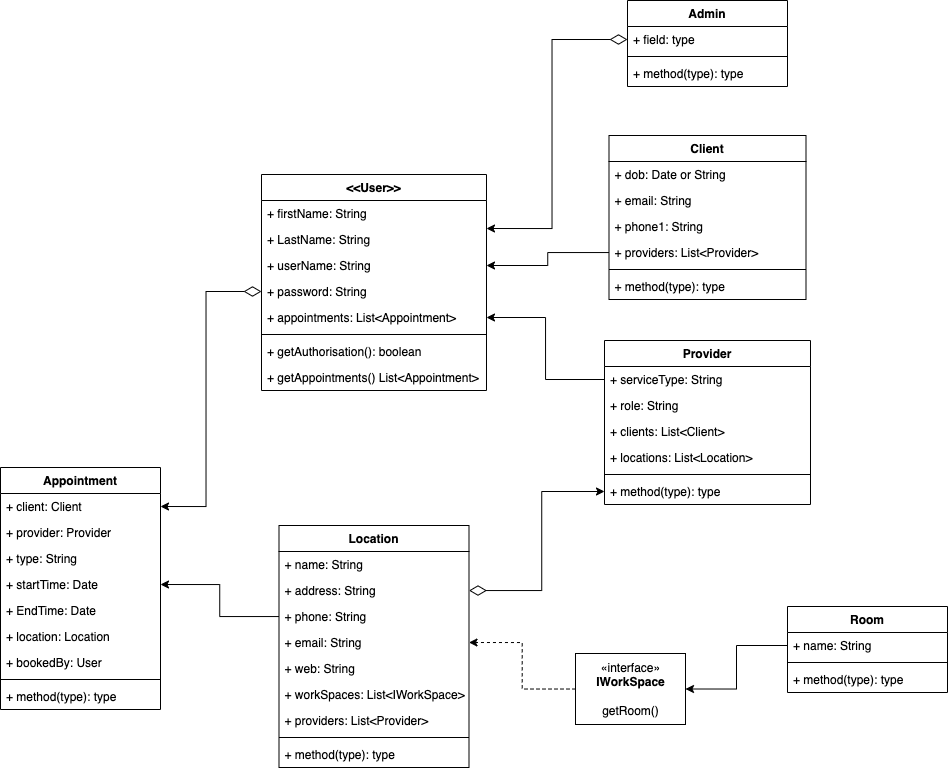
ccx1010sky/providers_clients keeps this draw.io diagram as planning/2_diagrams/Appointment Management - Class Diagram.png. Above is the earlier version. Source tidied: cells renumbered, new cells last; positions are measured from the earlier drawing's top-left corner, leaving out a move shared by most shapes.
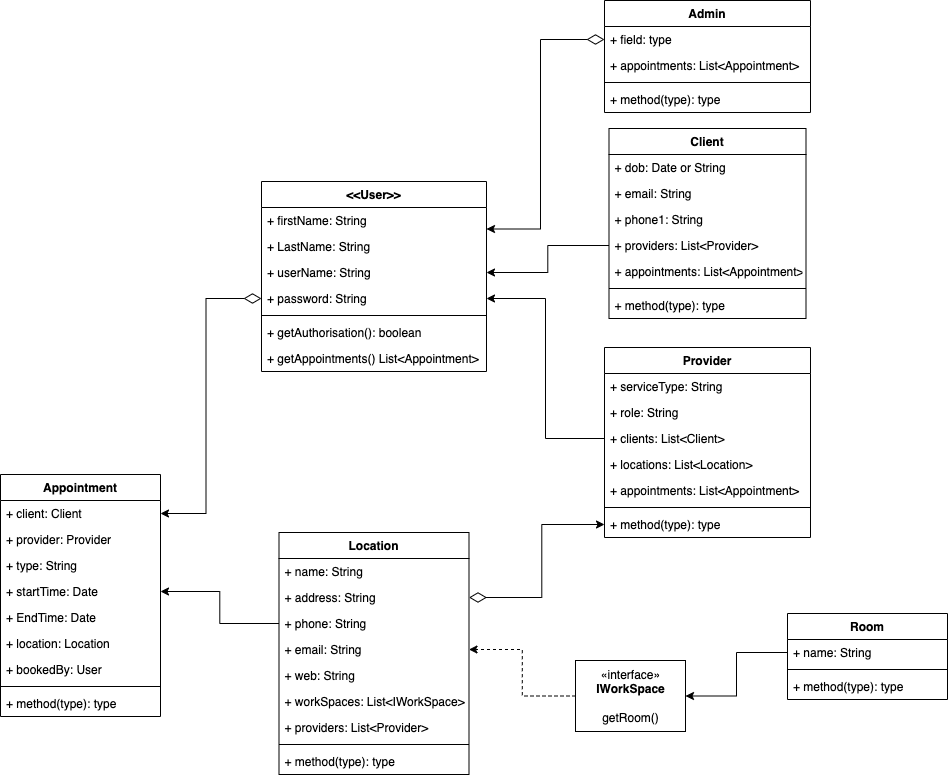
After the commit.

What changed in the source:
```diff
@@ -3,7 +3,7 @@
     <mxCell id="0" />
     <mxCell id="1" parent="0" />
     <mxCell id="2" value="Client" style="swimlane;fontStyle=1;align=center;verticalAlign=top;horizontal=1;startSize=26;" parent="1" vertex="1">
-      <mxGeometry x="608.5" y="135" width="197" height="164" as="geometry" />
+      <mxGeometry x="608.5" y="121" width="197" height="190" as="geometry" />
     </mxCell>
     <mxCell id="3" value="+ dob: Date or String" style="text;strokeColor=none;fillColor=none;align=left;verticalAlign=top;spacingLeft=4;spacingRight=4;overflow=hidden;" parent="2" vertex="1">
       <mxGeometry y="26" width="197" height="26" as="geometry" />
@@ -17,11 +17,14 @@
     <mxCell id="6" value="+ providers: List&lt;Provider&gt;" style="text;strokeColor=none;fillColor=none;align=left;verticalAlign=top;spacingLeft=4;spacingRight=4;overflow=hidden;points=[[0,0.5],[1,0.5]];portConstraint=eastwest;" parent="2" vertex="1">
       <mxGeometry y="104" width="197" height="26" as="geometry" />
     </mxCell>
+    <mxCell id="47" value="+ appointments: List&lt;Appointment&gt;" style="text;strokeColor=none;fillColor=none;align=left;verticalAlign=top;spacingLeft=4;spacingRight=4;overflow=hidden;points=[[0,0.5],[1,0.5]];portConstraint=eastwest;" parent="2" vertex="1">
+      <mxGeometry y="130" width="197" height="26" as="geometry" />
+    </mxCell>
     <mxCell id="7" style="line;strokeWidth=1;fillColor=none;align=left;verticalAlign=middle;spacingTop=-1;spacingLeft=3;spacingRight=3;labelPosition=right;" parent="2" vertex="1">
-      <mxGeometry y="130" width="197" height="8" as="geometry" />
+      <mxGeometry y="156" width="197" height="8" as="geometry" />
     </mxCell>
     <mxCell id="8" value="+ method(type): type" style="text;strokeColor=none;fillColor=none;align=left;verticalAlign=top;spacingLeft=4;spacingRight=4;overflow=hidden;" parent="2" vertex="1">
-      <mxGeometry y="138" width="197" height="26" as="geometry" />
+      <mxGeometry y="164" width="197" height="26" as="geometry" />
     </mxCell>
     <mxCell id="9" value="Appointment" style="swimlane;fontStyle=1;align=center;verticalAlign=top;horizontal=1;startSize=26;" parent="1" vertex="1">
       <mxGeometry y="467" width="160" height="242" as="geometry" />
@@ -54,7 +57,7 @@
       <mxGeometry y="216" width="160" height="26" as="geometry" />
     </mxCell>
     <mxCell id="19" value="Provider" style="swimlane;fontStyle=1;align=center;verticalAlign=top;horizontal=1;startSize=26;" parent="1" vertex="1">
-      <mxGeometry x="604" y="340" width="206" height="164" as="geometry" />
+      <mxGeometry x="604" y="340" width="206" height="190" as="geometry" />
     </mxCell>
     <mxCell id="20" value="+ serviceType: String" style="text;strokeColor=none;fillColor=none;align=left;verticalAlign=top;spacingLeft=4;spacingRight=4;overflow=hidden;points=[[0,0.5],[1,0.5]];portConstraint=eastwest;" parent="19" vertex="1">
       <mxGeometry y="26" width="206" height="26" as="geometry" />
@@ -68,11 +71,14 @@
     <mxCell id="23" value="+ locations: List&lt;Location&gt;" style="text;strokeColor=none;fillColor=none;align=left;verticalAlign=top;spacingLeft=4;spacingRight=4;overflow=hidden;" parent="19" vertex="1">
       <mxGeometry y="104" width="206" height="26" as="geometry" />
     </mxCell>
+    <mxCell id="62" value="+ appointments: List&lt;Appointment&gt;" style="text;strokeColor=none;fillColor=none;align=left;verticalAlign=top;spacingLeft=4;spacingRight=4;overflow=hidden;" parent="19" vertex="1">
+      <mxGeometry y="130" width="206" height="26" as="geometry" />
+    </mxCell>
     <mxCell id="24" style="line;strokeWidth=1;fillColor=none;align=left;verticalAlign=middle;spacingTop=-1;spacingLeft=3;spacingRight=3;labelPosition=right;" parent="19" vertex="1">
-      <mxGeometry y="130" width="206" height="8" as="geometry" />
+      <mxGeometry y="156" width="206" height="8" as="geometry" />
     </mxCell>
     <mxCell id="25" value="+ method(type): type" style="text;strokeColor=none;fillColor=none;align=left;verticalAlign=top;spacingLeft=4;spacingRight=4;overflow=hidden;points=[[0,0.5],[1,0.5]];portConstraint=eastwest;" parent="19" vertex="1">
-      <mxGeometry y="138" width="206" height="26" as="geometry" />
+      <mxGeometry y="164" width="206" height="26" as="geometry" />
     </mxCell>
     <mxCell id="26" value="Location" style="swimlane;fontStyle=1;align=center;verticalAlign=top;horizontal=1;startSize=26;" parent="1" vertex="1">
       <mxGeometry x="278.5" y="525" width="190" height="242" as="geometry" />
@@ -123,7 +129,7 @@
       <mxGeometry y="60" width="160" height="26" as="geometry" />
     </mxCell>
     <mxCell id="42" value="&lt;&lt;User&gt;&gt;" style="swimlane;fontStyle=1;align=center;verticalAlign=top;horizontal=1;startSize=26;" parent="1" vertex="1">
-      <mxGeometry x="261" y="174" width="225" height="216" as="geometry" />
+      <mxGeometry x="261" y="174" width="225" height="190" as="geometry" />
     </mxCell>
     <mxCell id="43" value="+ firstName: String" style="text;strokeColor=none;fillColor=none;align=left;verticalAlign=top;spacingLeft=4;spacingRight=4;overflow=hidden;" parent="42" vertex="1">
       <mxGeometry y="26" width="225" height="26" as="geometry" />
@@ -137,32 +143,32 @@
     <mxCell id="46" value="+ password: String" style="text;strokeColor=none;fillColor=none;align=left;verticalAlign=top;spacingLeft=4;spacingRight=4;overflow=hidden;points=[[0,0.5],[1,0.5]];portConstraint=eastwest;" parent="42" vertex="1">
       <mxGeometry y="104" width="225" height="26" as="geometry" />
     </mxCell>
-    <mxCell id="47" value="+ appointments: List&lt;Appointment&gt;" style="text;strokeColor=none;fillColor=none;align=left;verticalAlign=top;spacingLeft=4;spacingRight=4;overflow=hidden;points=[[0,0.5],[1,0.5]];portConstraint=eastwest;" parent="42" vertex="1">
-      <mxGeometry y="130" width="225" height="26" as="geometry" />
-    </mxCell>
     <mxCell id="48" style="line;strokeWidth=1;fillColor=none;align=left;verticalAlign=middle;spacingTop=-1;spacingLeft=3;spacingRight=3;labelPosition=right;" parent="42" vertex="1">
-      <mxGeometry y="156" width="225" height="8" as="geometry" />
+      <mxGeometry y="130" width="225" height="8" as="geometry" />
     </mxCell>
     <mxCell id="49" value="+ getAuthorisation(): boolean" style="text;strokeColor=none;fillColor=none;align=left;verticalAlign=top;spacingLeft=4;spacingRight=4;overflow=hidden;" parent="42" vertex="1">
-      <mxGeometry y="164" width="225" height="26" as="geometry" />
+      <mxGeometry y="138" width="225" height="26" as="geometry" />
     </mxCell>
     <mxCell id="50" value="+ getAppointments() List&lt;Appointment&gt;" style="text;strokeColor=none;fillColor=none;align=left;verticalAlign=top;spacingLeft=4;spacingRight=4;overflow=hidden;" parent="42" vertex="1">
-      <mxGeometry y="190" width="225" height="26" as="geometry" />
+      <mxGeometry y="164" width="225" height="26" as="geometry" />
     </mxCell>
     <mxCell id="51" style="edgeStyle=orthogonalEdgeStyle;rounded=0;jettySize=auto;html=1;entryX=1;entryY=0.5;entryDx=0;entryDy=0;startArrow=diamondThin;startFill=0;endSize=6;startSize=15;targetPerimeterSpacing=0;strokeWidth=1;" parent="1" edge="1" source="46" target="10">
       <mxGeometry relative="1" as="geometry" />
     </mxCell>
     <mxCell id="52" value="Admin" style="swimlane;fontStyle=1;align=center;verticalAlign=top;horizontal=1;startSize=26;" parent="1" vertex="1">
-      <mxGeometry x="627" width="160" height="86" as="geometry" />
+      <mxGeometry x="604" y="-7" width="206" height="112" as="geometry" />
     </mxCell>
     <mxCell id="53" value="+ field: type" style="text;strokeColor=none;fillColor=none;align=left;verticalAlign=top;spacingLeft=4;spacingRight=4;overflow=hidden;points=[[0,0.5],[1,0.5]];portConstraint=eastwest;" parent="52" vertex="1">
-      <mxGeometry y="26" width="160" height="26" as="geometry" />
+      <mxGeometry y="26" width="206" height="26" as="geometry" />
     </mxCell>
+    <mxCell id="63" value="+ appointments: List&lt;Appointment&gt;" style="text;strokeColor=none;fillColor=none;align=left;verticalAlign=top;spacingLeft=4;spacingRight=4;overflow=hidden;" parent="52" vertex="1">
+      <mxGeometry y="52" width="206" height="26" as="geometry" />
+    </mxCell>
     <mxCell id="54" style="line;strokeWidth=1;fillColor=none;align=left;verticalAlign=middle;spacingTop=-1;spacingLeft=3;spacingRight=3;labelPosition=right;" parent="52" vertex="1">
-      <mxGeometry y="52" width="160" height="8" as="geometry" />
+      <mxGeometry y="78" width="206" height="8" as="geometry" />
     </mxCell>
     <mxCell id="55" value="+ method(type): type" style="text;strokeColor=none;fillColor=none;align=left;verticalAlign=top;spacingLeft=4;spacingRight=4;overflow=hidden;" parent="52" vertex="1">
-      <mxGeometry y="60" width="160" height="26" as="geometry" />
+      <mxGeometry y="86" width="206" height="26" as="geometry" />
     </mxCell>
     <mxCell id="56" style="edgeStyle=orthogonalEdgeStyle;rounded=0;jettySize=auto;html=1;entryX=1;entryY=0.25;entryDx=0;entryDy=0;startArrow=diamondThin;startFill=0;startSize=15;endSize=6;targetPerimeterSpacing=0;strokeWidth=1;" parent="1" edge="1" source="53" target="42">
       <mxGeometry relative="1" as="geometry" />
@@ -170,9 +176,6 @@
     <mxCell id="57" style="edgeStyle=orthogonalEdgeStyle;rounded=0;jettySize=auto;html=1;entryX=1;entryY=0.5;entryDx=0;entryDy=0;startArrow=none;startFill=0;startSize=15;endSize=6;targetPerimeterSpacing=0;strokeWidth=1;" parent="1" edge="1" source="6" target="45">
       <mxGeometry relative="1" as="geometry" />
     </mxCell>
-    <mxCell id="58" style="edgeStyle=orthogonalEdgeStyle;rounded=0;jettySize=auto;html=1;entryX=1;entryY=0.5;entryDx=0;entryDy=0;startArrow=none;startFill=0;startSize=15;endSize=6;targetPerimeterSpacing=0;strokeWidth=1;" parent="1" edge="1" source="20" target="47">
-      <mxGeometry relative="1" as="geometry" />
-    </mxCell>
     <mxCell id="59" style="edgeStyle=orthogonalEdgeStyle;rounded=0;jettySize=auto;html=1;entryX=0;entryY=0.5;entryDx=0;entryDy=0;startArrow=diamondThin;startFill=0;startSize=15;endSize=6;targetPerimeterSpacing=0;strokeWidth=1;" parent="1" edge="1" source="28" target="25">
       <mxGeometry relative="1" as="geometry" />
     </mxCell>
@@ -182,5 +185,8 @@
     <mxCell id="61" style="edgeStyle=orthogonalEdgeStyle;rounded=0;jettySize=auto;html=1;entryX=1;entryY=0.5;entryDx=0;entryDy=0;startArrow=none;startFill=0;startSize=15;endSize=6;targetPerimeterSpacing=0;strokeWidth=1;" parent="1" edge="1" source="39" target="37">
       <mxGeometry relative="1" as="geometry" />
     </mxCell>
+    <mxCell id="64" style="edgeStyle=orthogonalEdgeStyle;rounded=0;jettySize=auto;html=1;entryX=1;entryY=0.5;entryDx=0;entryDy=0;" parent="1" edge="1" source="22" target="46">
+      <mxGeometry relative="1" as="geometry" />
+    </mxCell>
   </root>
 </mxGraphModel>
```
